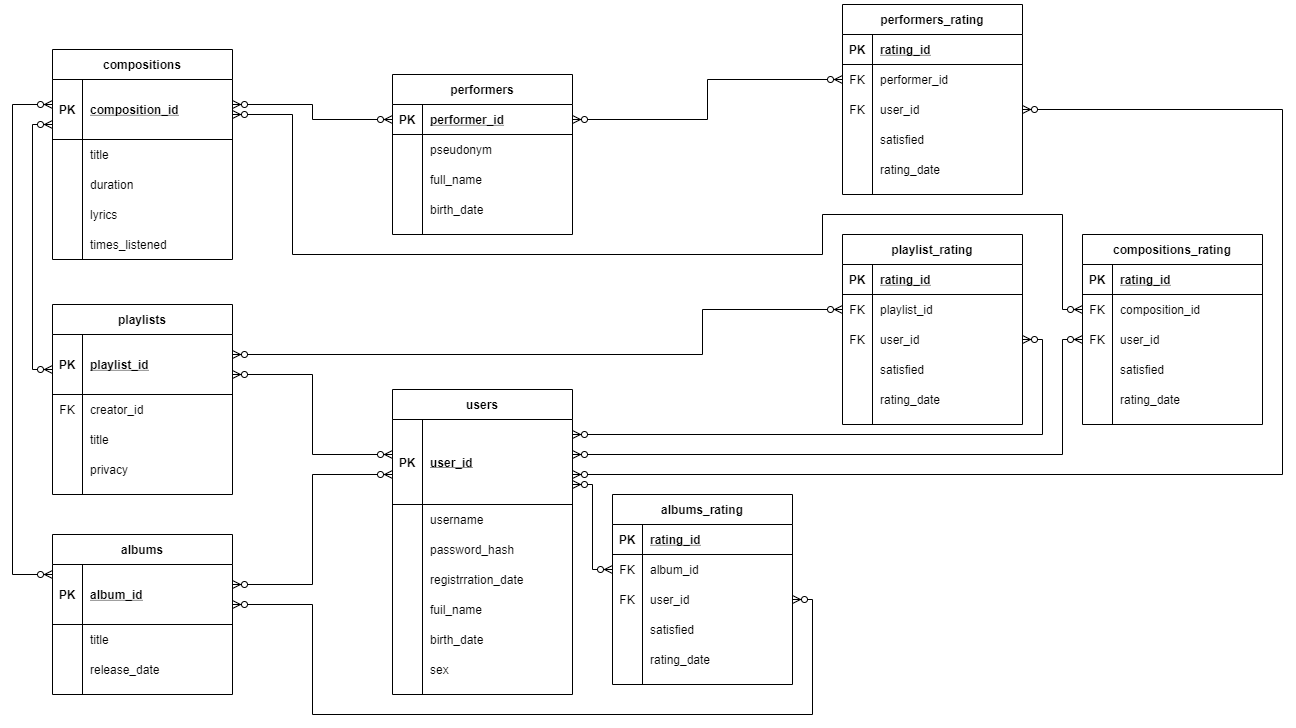
wmdanor-archive/db_cw_20 keeps this draw.io diagram as visuals/model 1.png. Above is the earlier version. Source tidied: cells renumbered, new cells last; positions are measured from the earlier drawing's top-left corner, leaving out a move shared by most shapes.
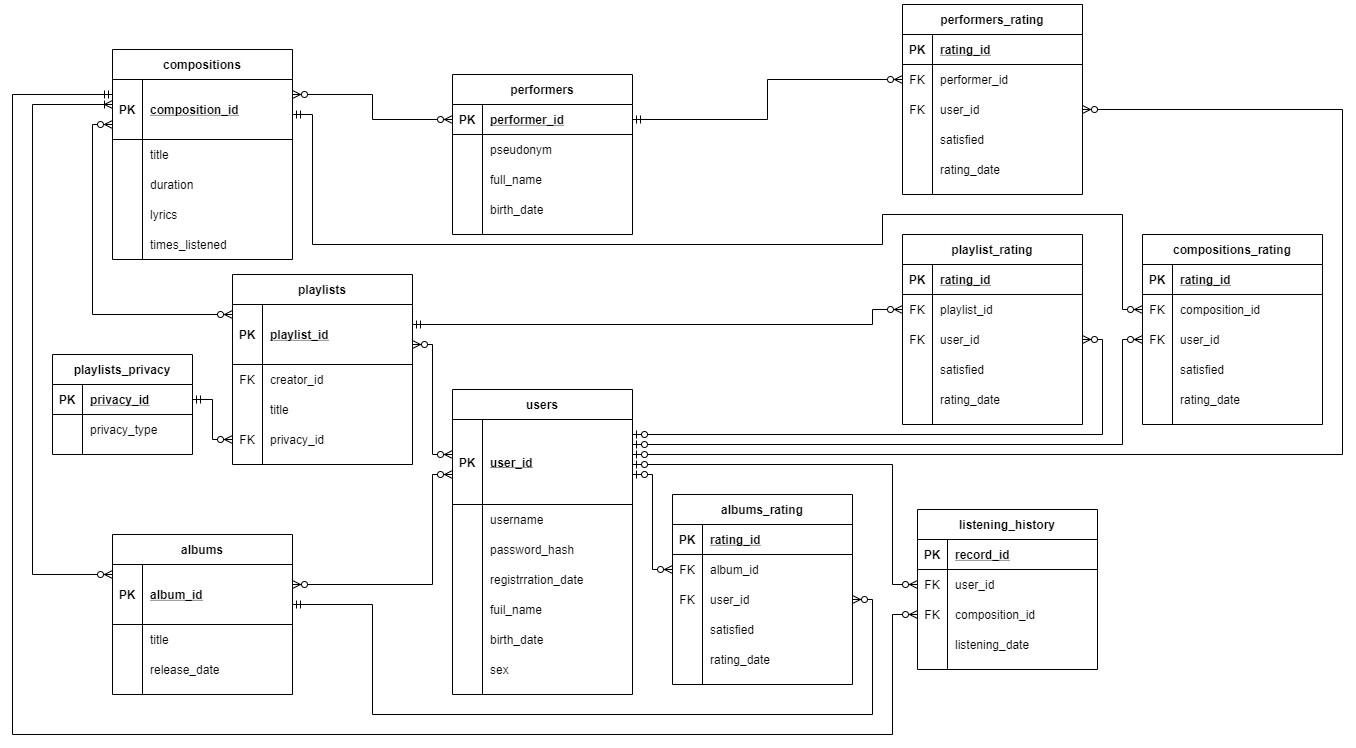
The same file after the commit.

Commit message:
databse model done

Change to the diagram source:
```diff
@@ -44,7 +44,7 @@
     <mxCell id="15" style="edgeStyle=orthogonalEdgeStyle;rounded=0;jettySize=auto;html=1;startArrow=ERzeroToMany;startFill=1;endArrow=ERzeroToMany;endFill=1;" parent="1" edge="1" source="18" target="3">
       <mxGeometry relative="1" as="geometry">
         <Array as="points">
-          <mxPoint x="300" y="100" />
+          <mxPoint x="300" y="90" />
           <mxPoint x="300" y="115" />
         </Array>
       </mxGeometry>
@@ -53,7 +53,7 @@
       <mxGeometry relative="1" as="geometry">
         <Array as="points">
           <mxPoint x="20" y="120" />
-          <mxPoint x="20" y="365" />
+          <mxPoint x="20" y="310" />
         </Array>
       </mxGeometry>
     </mxCell>
@@ -105,53 +105,14 @@
     <mxCell id="32" value="times_listened" style="shape=partialRectangle;fillColor=none;top=0;left=0;bottom=0;right=0;align=left;spacingLeft=6;overflow=hidden;" parent="30" vertex="1">
       <mxGeometry x="30" width="150" height="30" as="geometry" />
     </mxCell>
-    <mxCell id="33" style="edgeStyle=orthogonalEdgeStyle;rounded=0;jettySize=auto;html=1;startArrow=ERzeroToMany;startFill=1;endArrow=ERzeroToMany;endFill=1;" parent="1" edge="1" source="18" target="48">
+    <mxCell id="33" style="edgeStyle=orthogonalEdgeStyle;rounded=0;jettySize=auto;html=1;startArrow=ERoneToMany;startFill=0;endArrow=ERzeroToMany;endFill=1;" parent="1" edge="1" source="18" target="48">
       <mxGeometry relative="1" as="geometry">
         <Array as="points">
-          <mxPoint y="100" />
-          <mxPoint y="570" />
+          <mxPoint x="-40" y="100" />
+          <mxPoint x="-40" y="570" />
         </Array>
       </mxGeometry>
     </mxCell>
-    <mxCell id="34" value="playlists" style="shape=table;startSize=30;rowLines=0;fontStyle=1;align=center;" parent="1" vertex="1">
-      <mxGeometry x="40" y="300" width="180" height="190" as="geometry" />
-    </mxCell>
-    <mxCell id="35" style="shape=partialRectangle;fillColor=none;top=0;left=0;bottom=1;right=0;points=[[0,0.5],[1,0.5]];portConstraint=eastwest;" parent="34" vertex="1">
-      <mxGeometry y="30" width="180" height="60" as="geometry" />
-    </mxCell>
-    <mxCell id="36" value="PK" style="shape=partialRectangle;fillColor=none;top=0;left=0;bottom=0;right=0;fontStyle=1;overflow=hidden;" parent="35" vertex="1">
-      <mxGeometry width="30" height="60" as="geometry" />
-    </mxCell>
-    <mxCell id="37" value="playlist_id" style="shape=partialRectangle;fillColor=none;top=0;left=0;bottom=0;right=0;align=left;spacingLeft=6;fontStyle=5;overflow=hidden;" parent="35" vertex="1">
-      <mxGeometry x="30" width="150" height="60" as="geometry" />
-    </mxCell>
-    <mxCell id="38" style="shape=partialRectangle;fillColor=none;top=0;left=0;bottom=0;right=0;" parent="34" vertex="1">
-      <mxGeometry y="90" width="180" height="30" as="geometry" />
-    </mxCell>
-    <mxCell id="39" value="FK" style="shape=partialRectangle;fillColor=none;top=0;left=0;bottom=0;right=0;overflow=hidden;" parent="38" vertex="1">
-      <mxGeometry width="30" height="30" as="geometry" />
-    </mxCell>
-    <mxCell id="40" value="creator_id" style="shape=partialRectangle;fillColor=none;top=0;left=0;bottom=0;right=0;align=left;spacingLeft=6;overflow=hidden;" parent="38" vertex="1">
-      <mxGeometry x="30" width="150" height="30" as="geometry" />
-    </mxCell>
-    <mxCell id="41" style="shape=partialRectangle;fillColor=none;top=0;left=0;bottom=0;right=0;" parent="34" vertex="1">
-      <mxGeometry y="120" width="180" height="30" as="geometry" />
-    </mxCell>
-    <mxCell id="42" style="shape=partialRectangle;fillColor=none;top=0;left=0;bottom=0;right=0;overflow=hidden;" parent="41" vertex="1">
-      <mxGeometry width="30" height="30" as="geometry" />
-    </mxCell>
-    <mxCell id="43" value="title" style="shape=partialRectangle;fillColor=none;top=0;left=0;bottom=0;right=0;align=left;spacingLeft=6;overflow=hidden;" parent="41" vertex="1">
-      <mxGeometry x="30" width="150" height="30" as="geometry" />
-    </mxCell>
-    <mxCell id="44" style="shape=partialRectangle;fillColor=none;top=0;left=0;bottom=0;right=0;points=[[0,0.5],[1,0.5]];portConstraint=eastwest;" parent="34" vertex="1">
-      <mxGeometry y="150" width="180" height="30" as="geometry" />
-    </mxCell>
-    <mxCell id="45" style="shape=partialRectangle;fillColor=none;top=0;left=0;bottom=0;right=0;overflow=hidden;" parent="44" vertex="1">
-      <mxGeometry width="30" height="30" as="geometry" />
-    </mxCell>
-    <mxCell id="46" value="privacy" style="shape=partialRectangle;fillColor=none;top=0;left=0;bottom=0;right=0;align=left;spacingLeft=6;overflow=hidden;" parent="44" vertex="1">
-      <mxGeometry x="30" width="150" height="30" as="geometry" />
-    </mxCell>
     <mxCell id="47" value="albums" style="shape=table;startSize=30;rowLines=0;fontStyle=1;align=center;" parent="1" vertex="1">
       <mxGeometry x="40" y="530" width="180" height="160" as="geometry" />
     </mxCell>
@@ -185,16 +146,16 @@
     <mxCell id="57" style="edgeStyle=orthogonalEdgeStyle;rounded=0;jettySize=auto;html=1;startArrow=ERzeroToMany;startFill=1;endArrow=ERzeroToMany;endFill=1;" parent="1" edge="1" source="48" target="60">
       <mxGeometry relative="1" as="geometry">
         <Array as="points">
-          <mxPoint x="300" y="580" />
-          <mxPoint x="300" y="470" />
+          <mxPoint x="360" y="580" />
+          <mxPoint x="360" y="470" />
         </Array>
       </mxGeometry>
     </mxCell>
     <mxCell id="58" style="edgeStyle=orthogonalEdgeStyle;rounded=0;jettySize=auto;html=1;startArrow=ERzeroToMany;startFill=1;endArrow=ERzeroToMany;endFill=1;" parent="1" edge="1" source="35" target="60">
       <mxGeometry relative="1" as="geometry">
         <Array as="points">
-          <mxPoint x="300" y="370" />
-          <mxPoint x="300" y="450" />
+          <mxPoint x="360" y="340" />
+          <mxPoint x="360" y="450" />
         </Array>
       </mxGeometry>
     </mxCell>
@@ -264,7 +225,7 @@
     <mxCell id="80" value="sex" style="shape=partialRectangle;fillColor=none;top=0;left=0;bottom=0;right=0;align=left;spacingLeft=6;overflow=hidden;" parent="78" vertex="1">
       <mxGeometry x="30" width="150" height="30" as="geometry" />
     </mxCell>
-    <mxCell id="81" style="edgeStyle=orthogonalEdgeStyle;rounded=0;jettySize=auto;html=1;startArrow=ERzeroToMany;startFill=1;endArrow=ERzeroToMany;endFill=1;" parent="1" edge="1" source="48" target="89">
+    <mxCell id="81" style="edgeStyle=orthogonalEdgeStyle;rounded=0;jettySize=auto;html=1;startArrow=ERmandOne;startFill=0;endArrow=ERzeroToMany;endFill=1;" parent="1" edge="1" source="48" target="89">
       <mxGeometry relative="1" as="geometry">
         <Array as="points">
           <mxPoint x="300" y="600" />
@@ -322,58 +283,59 @@
     <mxCell id="97" value="rating_date" style="shape=partialRectangle;fillColor=none;top=0;left=0;bottom=0;right=0;align=left;spacingLeft=6;overflow=hidden;" parent="95" vertex="1">
       <mxGeometry x="30" width="150" height="30" as="geometry" />
     </mxCell>
-    <mxCell id="98" style="edgeStyle=orthogonalEdgeStyle;rounded=0;jettySize=auto;html=1;startArrow=ERzeroToMany;startFill=1;endArrow=ERzeroToMany;endFill=1;" parent="1" edge="1" source="86" target="60">
+    <mxCell id="98" style="edgeStyle=orthogonalEdgeStyle;rounded=0;jettySize=auto;html=1;startArrow=ERzeroToMany;startFill=1;endArrow=ERzeroToOne;endFill=1;" parent="1" edge="1" source="86" target="60">
       <mxGeometry relative="1" as="geometry">
         <Array as="points">
           <mxPoint x="580" y="565" />
-          <mxPoint x="580" y="480" />
+          <mxPoint x="580" y="470" />
         </Array>
       </mxGeometry>
     </mxCell>
-    <mxCell id="99" style="edgeStyle=orthogonalEdgeStyle;rounded=0;jettySize=auto;html=1;startArrow=ERzeroToMany;startFill=1;endArrow=ERzeroToMany;endFill=1;entryX=1;entryY=0.5;entryDx=0;entryDy=0;" parent="1" edge="1" source="60" target="112">
+    <mxCell id="99" style="edgeStyle=orthogonalEdgeStyle;rounded=0;jettySize=auto;html=1;startArrow=ERzeroToOne;startFill=1;endArrow=ERzeroToMany;endFill=1;entryX=1;entryY=0.5;entryDx=0;entryDy=0;" parent="1" edge="1" target="112">
       <mxGeometry relative="1" as="geometry">
+        <mxPoint x="560" y="430" as="sourcePoint" />
         <Array as="points">
           <mxPoint x="1030" y="430" />
           <mxPoint x="1030" y="335" />
         </Array>
       </mxGeometry>
     </mxCell>
-    <mxCell id="100" style="edgeStyle=orthogonalEdgeStyle;rounded=0;jettySize=auto;html=1;startArrow=ERzeroToMany;startFill=1;endArrow=ERzeroToMany;endFill=1;" parent="1" edge="1" source="60" target="128">
+    <mxCell id="100" style="edgeStyle=orthogonalEdgeStyle;rounded=0;jettySize=auto;html=1;startArrow=ERzeroToOne;startFill=1;endArrow=ERzeroToMany;endFill=1;" parent="1" edge="1" source="60" target="128">
       <mxGeometry relative="1" as="geometry">
         <Array as="points">
-          <mxPoint x="1050" y="450" />
+          <mxPoint x="1050" y="440" />
           <mxPoint x="1050" y="335" />
         </Array>
       </mxGeometry>
     </mxCell>
-    <mxCell id="101" style="edgeStyle=orthogonalEdgeStyle;rounded=0;jettySize=auto;html=1;startArrow=ERzeroToMany;startFill=1;endArrow=ERzeroToMany;endFill=1;" parent="1" edge="1" source="60" target="144">
+    <mxCell id="101" style="edgeStyle=orthogonalEdgeStyle;rounded=0;jettySize=auto;html=1;startArrow=ERzeroToOne;startFill=1;endArrow=ERzeroToMany;endFill=1;" parent="1" edge="1" source="60" target="144">
       <mxGeometry relative="1" as="geometry">
         <Array as="points">
-          <mxPoint x="1270" y="470" />
+          <mxPoint x="1270" y="450" />
           <mxPoint x="1270" y="105" />
         </Array>
       </mxGeometry>
     </mxCell>
-    <mxCell id="102" style="edgeStyle=orthogonalEdgeStyle;rounded=0;jettySize=auto;html=1;startArrow=ERzeroToMany;startFill=1;endArrow=ERzeroToMany;endFill=1;" parent="1" edge="1" source="18" target="125">
+    <mxCell id="102" style="edgeStyle=orthogonalEdgeStyle;rounded=0;jettySize=auto;html=1;startArrow=ERmandOne;startFill=0;endArrow=ERzeroToMany;endFill=1;" parent="1" edge="1" source="18" target="125">
       <mxGeometry relative="1" as="geometry">
         <Array as="points">
-          <mxPoint x="280" y="110" />
-          <mxPoint x="280" y="250" />
-          <mxPoint x="810" y="250" />
+          <mxPoint x="240" y="110" />
+          <mxPoint x="240" y="240" />
+          <mxPoint x="810" y="240" />
           <mxPoint x="810" y="210" />
           <mxPoint x="1050" y="210" />
           <mxPoint x="1050" y="305" />
         </Array>
       </mxGeometry>
     </mxCell>
-    <mxCell id="103" style="edgeStyle=orthogonalEdgeStyle;rounded=0;jettySize=auto;html=1;startArrow=ERzeroToMany;startFill=1;endArrow=ERzeroToMany;endFill=1;" parent="1" edge="1" source="3" target="141">
+    <mxCell id="103" style="edgeStyle=orthogonalEdgeStyle;rounded=0;jettySize=auto;html=1;startArrow=ERmandOne;startFill=0;endArrow=ERzeroToMany;endFill=1;" parent="1" edge="1" source="3" target="141">
       <mxGeometry relative="1" as="geometry" />
     </mxCell>
-    <mxCell id="104" style="edgeStyle=orthogonalEdgeStyle;rounded=0;jettySize=auto;html=1;startArrow=ERzeroToMany;startFill=1;endArrow=ERzeroToMany;endFill=1;" parent="1" edge="1" source="35" target="109">
+    <mxCell id="104" style="edgeStyle=orthogonalEdgeStyle;rounded=0;jettySize=auto;html=1;startArrow=ERmandOne;startFill=0;endArrow=ERzeroToMany;endFill=1;" parent="1" edge="1" source="35" target="109">
       <mxGeometry relative="1" as="geometry">
         <Array as="points">
-          <mxPoint x="690" y="350" />
-          <mxPoint x="690" y="305" />
+          <mxPoint x="800" y="320" />
+          <mxPoint x="800" y="305" />
         </Array>
       </mxGeometry>
     </mxCell>
@@ -521,5 +483,125 @@
     <mxCell id="152" value="rating_date" style="shape=partialRectangle;fillColor=none;top=0;left=0;bottom=0;right=0;align=left;spacingLeft=6;overflow=hidden;" parent="150" vertex="1">
       <mxGeometry x="30" width="150" height="30" as="geometry" />
     </mxCell>
+    <mxCell id="153" value="listening_history" style="shape=table;startSize=30;rowLines=0;fontStyle=1;align=center;" parent="1" vertex="1">
+      <mxGeometry x="845" y="505" width="180" height="160" as="geometry" />
+    </mxCell>
+    <mxCell id="154" style="shape=partialRectangle;fillColor=none;top=0;left=0;bottom=1;right=0;" parent="153" vertex="1">
+      <mxGeometry y="30" width="180" height="30" as="geometry" />
+    </mxCell>
+    <mxCell id="155" value="PK" style="shape=partialRectangle;fillColor=none;top=0;left=0;bottom=0;right=0;fontStyle=1;overflow=hidden;" parent="154" vertex="1">
+      <mxGeometry width="30" height="30" as="geometry" />
+    </mxCell>
+    <mxCell id="156" value="record_id" style="shape=partialRectangle;fillColor=none;top=0;left=0;bottom=0;right=0;align=left;spacingLeft=6;fontStyle=5;overflow=hidden;" parent="154" vertex="1">
+      <mxGeometry x="30" width="150" height="30" as="geometry" />
+    </mxCell>
+    <mxCell id="157" style="shape=partialRectangle;fillColor=none;top=0;left=0;bottom=0;right=0;points=[[0,0.5],[1,0.5]];portConstraint=eastwest;" parent="153" vertex="1">
+      <mxGeometry y="60" width="180" height="30" as="geometry" />
+    </mxCell>
+    <mxCell id="158" value="FK" style="shape=partialRectangle;fillColor=none;top=0;left=0;bottom=0;right=0;overflow=hidden;" parent="157" vertex="1">
+      <mxGeometry width="30" height="30" as="geometry" />
+    </mxCell>
+    <mxCell id="159" value="user_id" style="shape=partialRectangle;fillColor=none;top=0;left=0;bottom=0;right=0;align=left;spacingLeft=6;overflow=hidden;" parent="157" vertex="1">
+      <mxGeometry x="30" width="150" height="30" as="geometry" />
+    </mxCell>
+    <mxCell id="160" style="shape=partialRectangle;fillColor=none;top=0;left=0;bottom=0;right=0;points=[[0,0.5],[1,0.5]];portConstraint=eastwest;" parent="153" vertex="1">
+      <mxGeometry y="90" width="180" height="30" as="geometry" />
+    </mxCell>
+    <mxCell id="161" value="FK" style="shape=partialRectangle;fillColor=none;top=0;left=0;bottom=0;right=0;overflow=hidden;" parent="160" vertex="1">
+      <mxGeometry width="30" height="30" as="geometry" />
+    </mxCell>
+    <mxCell id="162" value="composition_id" style="shape=partialRectangle;fillColor=none;top=0;left=0;bottom=0;right=0;align=left;spacingLeft=6;overflow=hidden;" parent="160" vertex="1">
+      <mxGeometry x="30" width="150" height="30" as="geometry" />
+    </mxCell>
+    <mxCell id="163" style="shape=partialRectangle;fillColor=none;top=0;left=0;bottom=0;right=0;" parent="153" vertex="1">
+      <mxGeometry y="120" width="180" height="30" as="geometry" />
+    </mxCell>
+    <mxCell id="164" style="shape=partialRectangle;fillColor=none;top=0;left=0;bottom=0;right=0;overflow=hidden;" parent="163" vertex="1">
+      <mxGeometry width="30" height="30" as="geometry" />
+    </mxCell>
+    <mxCell id="165" value="listening_date" style="shape=partialRectangle;fillColor=none;top=0;left=0;bottom=0;right=0;align=left;spacingLeft=6;overflow=hidden;" parent="163" vertex="1">
+      <mxGeometry x="30" width="150" height="30" as="geometry" />
+    </mxCell>
+    <mxCell id="166" style="edgeStyle=orthogonalEdgeStyle;rounded=0;jettySize=auto;html=1;startArrow=ERzeroToOne;startFill=1;endArrow=ERzeroToMany;endFill=1;entryX=0;entryY=0.5;entryDx=0;entryDy=0;" parent="1" edge="1" source="60" target="157">
+      <mxGeometry relative="1" as="geometry">
+        <Array as="points">
+          <mxPoint x="820" y="460" />
+          <mxPoint x="820" y="580" />
+        </Array>
+      </mxGeometry>
+    </mxCell>
+    <mxCell id="167" style="edgeStyle=orthogonalEdgeStyle;rounded=0;jettySize=auto;html=1;startArrow=ERmandOne;startFill=0;endArrow=ERzeroToMany;endFill=1;entryX=0;entryY=0.5;entryDx=0;entryDy=0;" parent="1" edge="1" source="18" target="160">
+      <mxGeometry relative="1" as="geometry">
+        <Array as="points">
+          <mxPoint x="-60" y="90" />
+          <mxPoint x="-60" y="730" />
+          <mxPoint x="820" y="730" />
+          <mxPoint x="820" y="610" />
+        </Array>
+      </mxGeometry>
+    </mxCell>
+    <mxCell id="34" value="playlists" style="shape=table;startSize=30;rowLines=0;fontStyle=1;align=center;" parent="1" vertex="1">
+      <mxGeometry x="160" y="270" width="180" height="190" as="geometry" />
+    </mxCell>
+    <mxCell id="35" style="shape=partialRectangle;fillColor=none;top=0;left=0;bottom=1;right=0;points=[[0,0.5],[1,0.5]];portConstraint=eastwest;" parent="34" vertex="1">
+      <mxGeometry y="30" width="180" height="60" as="geometry" />
+    </mxCell>
+    <mxCell id="36" value="PK" style="shape=partialRectangle;fillColor=none;top=0;left=0;bottom=0;right=0;fontStyle=1;overflow=hidden;" parent="35" vertex="1">
+      <mxGeometry width="30" height="60" as="geometry" />
+    </mxCell>
+    <mxCell id="37" value="playlist_id" style="shape=partialRectangle;fillColor=none;top=0;left=0;bottom=0;right=0;align=left;spacingLeft=6;fontStyle=5;overflow=hidden;" parent="35" vertex="1">
+      <mxGeometry x="30" width="150" height="60" as="geometry" />
+    </mxCell>
+    <mxCell id="38" style="shape=partialRectangle;fillColor=none;top=0;left=0;bottom=0;right=0;" parent="34" vertex="1">
+      <mxGeometry y="90" width="180" height="30" as="geometry" />
+    </mxCell>
+    <mxCell id="39" value="FK" style="shape=partialRectangle;fillColor=none;top=0;left=0;bottom=0;right=0;overflow=hidden;" parent="38" vertex="1">
+      <mxGeometry width="30" height="30" as="geometry" />
+    </mxCell>
+    <mxCell id="40" value="creator_id" style="shape=partialRectangle;fillColor=none;top=0;left=0;bottom=0;right=0;align=left;spacingLeft=6;overflow=hidden;" parent="38" vertex="1">
+      <mxGeometry x="30" width="150" height="30" as="geometry" />
+    </mxCell>
+    <mxCell id="41" style="shape=partialRectangle;fillColor=none;top=0;left=0;bottom=0;right=0;" parent="34" vertex="1">
+      <mxGeometry y="120" width="180" height="30" as="geometry" />
+    </mxCell>
+    <mxCell id="42" style="shape=partialRectangle;fillColor=none;top=0;left=0;bottom=0;right=0;overflow=hidden;" parent="41" vertex="1">
+      <mxGeometry width="30" height="30" as="geometry" />
+    </mxCell>
+    <mxCell id="43" value="title" style="shape=partialRectangle;fillColor=none;top=0;left=0;bottom=0;right=0;align=left;spacingLeft=6;overflow=hidden;" parent="41" vertex="1">
+      <mxGeometry x="30" width="150" height="30" as="geometry" />
+    </mxCell>
+    <mxCell id="44" style="shape=partialRectangle;fillColor=none;top=0;left=0;bottom=0;right=0;points=[[0,0.5],[1,0.5]];portConstraint=eastwest;" parent="34" vertex="1">
+      <mxGeometry y="150" width="180" height="30" as="geometry" />
+    </mxCell>
+    <mxCell id="45" value="FK" style="shape=partialRectangle;fillColor=none;top=0;left=0;bottom=0;right=0;overflow=hidden;" parent="44" vertex="1">
+      <mxGeometry width="30" height="30" as="geometry" />
+    </mxCell>
+    <mxCell id="46" value="privacy_id" style="shape=partialRectangle;fillColor=none;top=0;left=0;bottom=0;right=0;align=left;spacingLeft=6;overflow=hidden;" parent="44" vertex="1">
+      <mxGeometry x="30" width="150" height="30" as="geometry" />
+    </mxCell>
+    <mxCell id="168" value="playlists_privacy" style="shape=table;startSize=30;rowLines=0;fontStyle=1;align=center;" parent="1" vertex="1">
+      <mxGeometry x="-20" y="350" width="140" height="100" as="geometry" />
+    </mxCell>
+    <mxCell id="169" style="shape=partialRectangle;fillColor=none;top=0;left=0;bottom=1;right=0;points=[[0,0.5],[1,0.5]];portConstraint=eastwest;" parent="168" vertex="1">
+      <mxGeometry y="30" width="140" height="30" as="geometry" />
+    </mxCell>
+    <mxCell id="170" value="PK" style="shape=partialRectangle;fillColor=none;top=0;left=0;bottom=0;right=0;fontStyle=1;overflow=hidden;" parent="169" vertex="1">
+      <mxGeometry width="30" height="30" as="geometry" />
+    </mxCell>
+    <mxCell id="171" value="privacy_id" style="shape=partialRectangle;fillColor=none;top=0;left=0;bottom=0;right=0;align=left;spacingLeft=6;fontStyle=5;overflow=hidden;" parent="169" vertex="1">
+      <mxGeometry x="30" width="110" height="30" as="geometry" />
+    </mxCell>
+    <mxCell id="172" style="shape=partialRectangle;fillColor=none;top=0;left=0;bottom=0;right=0;" parent="168" vertex="1">
+      <mxGeometry y="60" width="140" height="30" as="geometry" />
+    </mxCell>
+    <mxCell id="173" style="shape=partialRectangle;fillColor=none;top=0;left=0;bottom=0;right=0;overflow=hidden;" parent="172" vertex="1">
+      <mxGeometry width="30" height="30" as="geometry" />
+    </mxCell>
+    <mxCell id="174" value="privacy_type" style="shape=partialRectangle;fillColor=none;top=0;left=0;bottom=0;right=0;align=left;spacingLeft=6;overflow=hidden;" parent="172" vertex="1">
+      <mxGeometry x="30" width="110" height="30" as="geometry" />
+    </mxCell>
+    <mxCell id="175" style="edgeStyle=orthogonalEdgeStyle;rounded=0;jettySize=auto;html=1;startArrow=ERzeroToMany;startFill=1;endArrow=ERmandOne;endFill=0;" parent="1" edge="1" source="44" target="169">
+      <mxGeometry relative="1" as="geometry" />
+    </mxCell>
   </root>
 </mxGraphModel>
```
